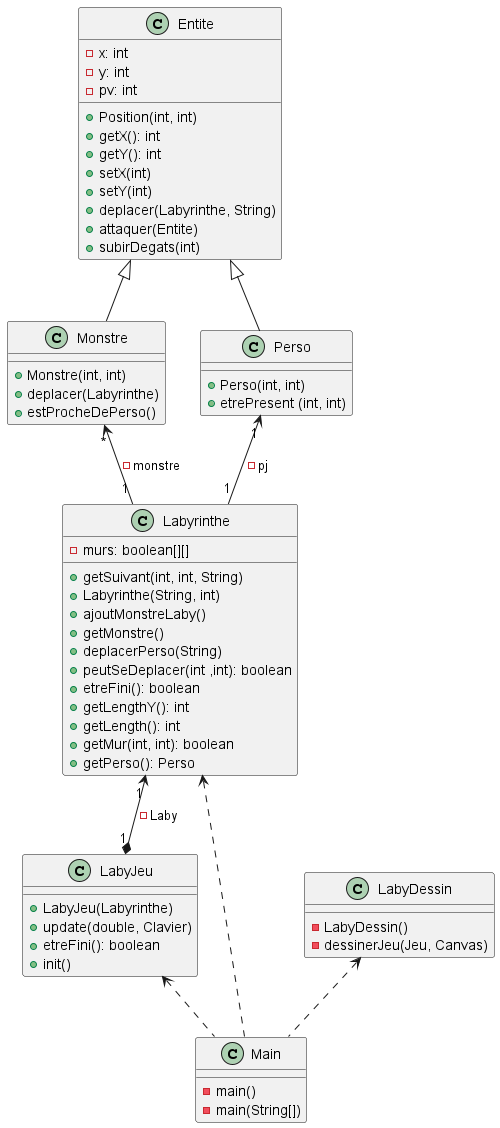
Erwanquilliou/2024_Zeldiablo_quilliou2u_leveque58u keeps this PlantUML diagram as zeldiablo/documents/version_2/diagclass_v2_global.png. Above is the earlier version.
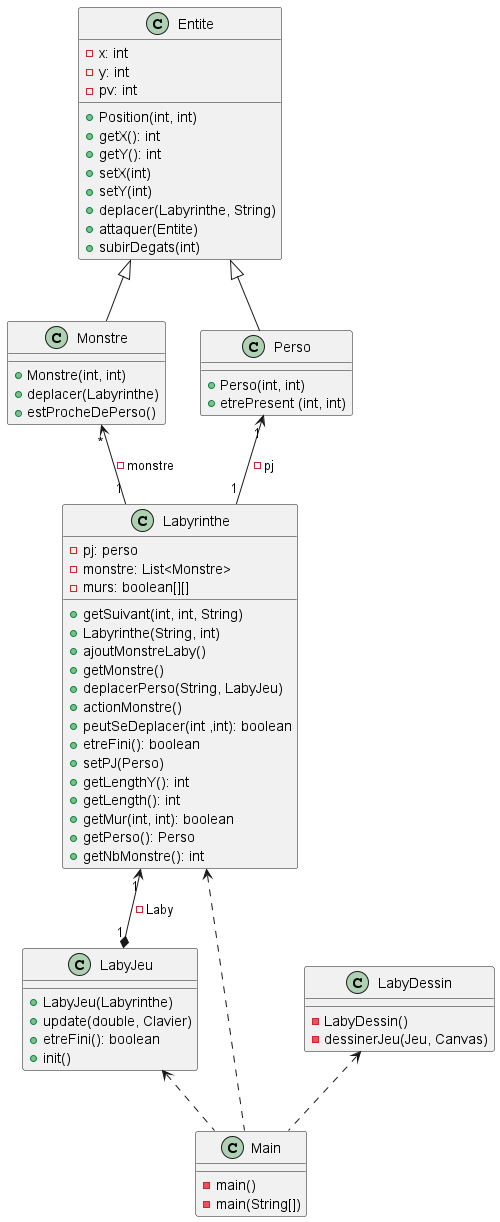
The same diagram one commit later.

Change to the diagram source:
```diff
@@ -33,18 +33,23 @@
 Perso "1" <-- "1" Labyrinthe : - pj
 
 class Labyrinthe {
+- pj: perso
+- monstre: List<Monstre>
 - murs: boolean[][]
 + getSuivant(int, int, String)
 + Labyrinthe(String, int)
 + ajoutMonstreLaby()
 + getMonstre()
-+ deplacerPerso(String)
++ deplacerPerso(String, LabyJeu)
++ actionMonstre()
 + peutSeDeplacer(int ,int): boolean
 + etreFini(): boolean
++ setPJ(Perso)
 + getLengthY(): int
 + getLength(): int
 + getMur(int, int): boolean
 + getPerso(): Perso
++ getNbMonstre(): int
 }
 
 Labyrinthe "1" <--* "1" LabyJeu : - Laby
```
